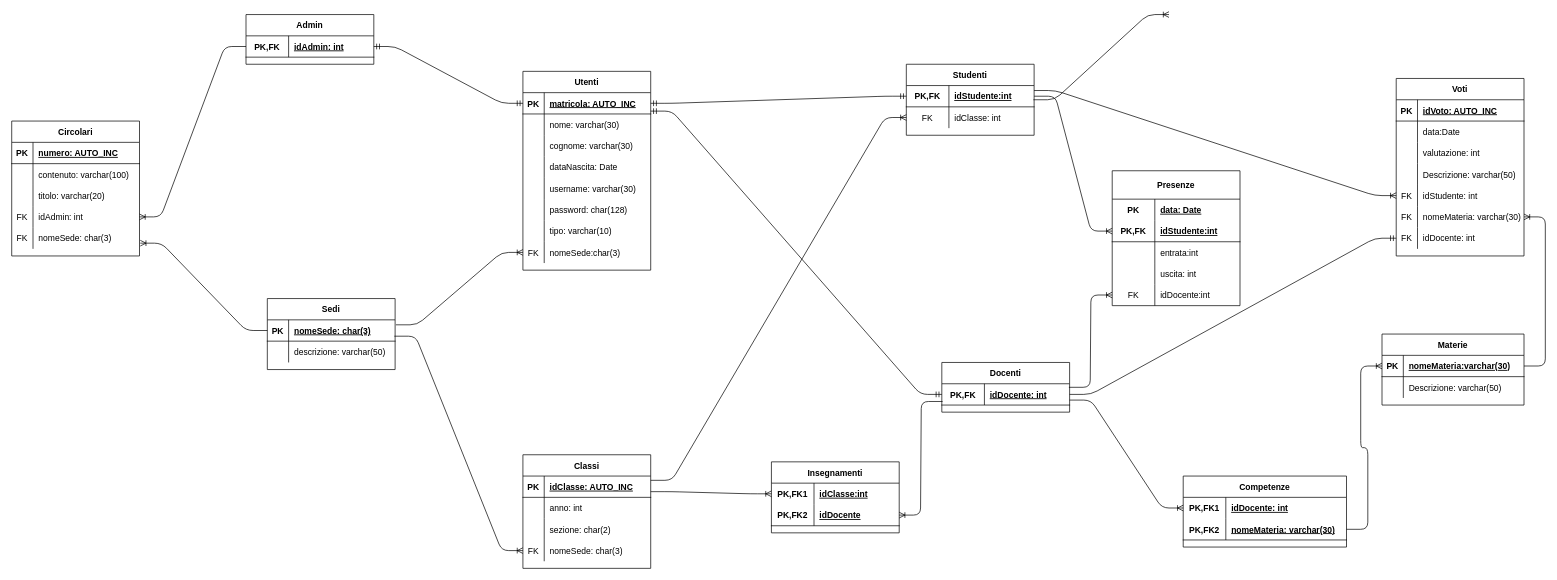
Earlier version of the draw.io diagram schema logico.drawio (nicolo9728/registro_elettronico). Source tidied: cells renumbered, new cells numbered last; positions are measured from the earlier drawing's top-left corner, leaving out a move shared by most shapes. Both pictures are drawn from the tidied source at 71%, with x=0, y=0 at pixel (11, 14).
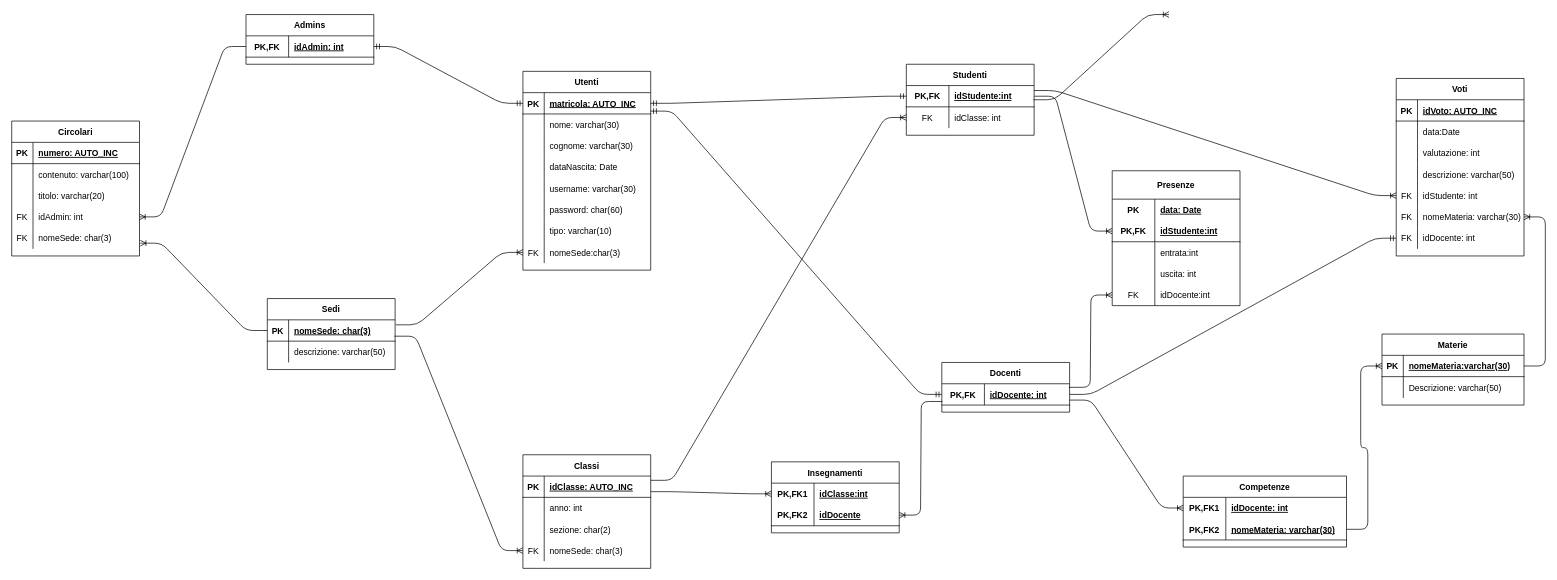
The same page after the edit.

The change refers to these unchanged cells:
```xml
<mxCell id="25" style="shape=partialRectangle;fillColor=none;top=0;left=0;bottom=0;right=0;" parent="9" vertex="1">
  <mxGeometry y="180" width="180" height="30" as="geometry" />
</mxCell>
<mxCell id="139" style="shape=partialRectangle;fillColor=none;top=0;left=0;bottom=0;right=0;" parent="129" vertex="1">
  <mxGeometry y="120" width="180" height="30" as="geometry" />
</mxCell>
```

The edit, as a diff of the source:
```diff
@@
-    <mxCell id="27" value="password: char(128)" style="shape=partialRectangle;fillColor=none;top=0;left=0;bottom=0;right=0;align=left;spacingLeft=6;overflow=hidden;" parent="25" vertex="1">
+    <mxCell id="27" value="password: char(60)" style="shape=partialRectangle;fillColor=none;top=0;left=0;bottom=0;right=0;align=left;spacingLeft=6;overflow=hidden;" parent="25" vertex="1">
       <mxGeometry x="30" width="150" height="30" as="geometry" />
     </mxCell>
@@
-    <mxCell id="35" value="Admin" style="shape=table;startSize=30;childLayout=tableLayout;rowLines=0;fontStyle=1;align=center;" parent="1" vertex="1">
+    <mxCell id="35" value="Admins" style="shape=table;startSize=30;childLayout=tableLayout;rowLines=0;fontStyle=1;align=center;" parent="1" vertex="1">
       <mxGeometry x="330" width="180" height="70" as="geometry" />
     </mxCell>
@@
-    <mxCell id="141" value="Descrizione: varchar(50)" style="shape=partialRectangle;fillColor=none;top=0;left=0;bottom=0;right=0;align=left;spacingLeft=6;overflow=hidden;" parent="139" vertex="1">
+    <mxCell id="141" value="descrizione: varchar(50)" style="shape=partialRectangle;fillColor=none;top=0;left=0;bottom=0;right=0;align=left;spacingLeft=6;overflow=hidden;" parent="139" vertex="1">
       <mxGeometry x="30" width="150" height="30" as="geometry" />
     </mxCell>
```
